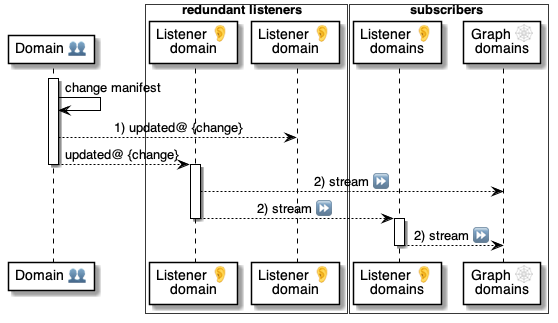
Earlier version of the PlantUML export 5 ⏩ Flows/30 👥⏩ Domains/.📎 Assets/⚙️🕸 Manifest.png (pollyweb-org/pollyweb-docs). Its source is kept beside it as 5 ⏩ Flows/30 👥⏩ Domains/.📎 Assets/⚙️🕸 Manifest.puml.
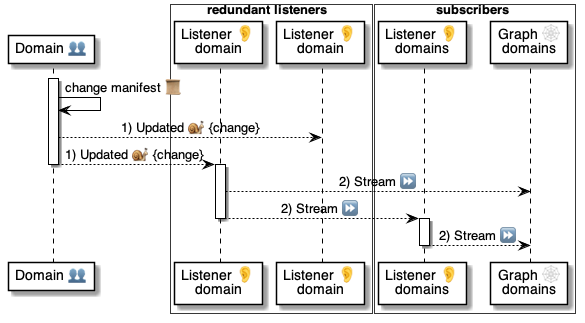
After the change.

What changed in the source:
```diff
@@ -15,19 +15,19 @@
 
 
 activate domain
-    domain -> domain: change manifest
-    domain --> listener2: 1) updated@ {change}
-    domain --> listener1: updated@ {change}
+    domain -> domain: change manifest 📜
+    domain --> listener2: 1) Updated 🐌 {change}
+    domain --> listener1: 1) Updated 🐌 {change}
 deactivate domain
 
 activate listener1
-    listener1 --> graph: 2) stream ⏩
-    listener1 --> pool: 2) stream ⏩
+    listener1 --> graph: 2) Stream ⏩
+    listener1 --> pool: 2) Stream ⏩
 deactivate listener1
 
 
 activate pool
-    pool --> graph: 2) stream ⏩
+    pool --> graph: 2) Stream ⏩
 deactivate pool
 
 
```
